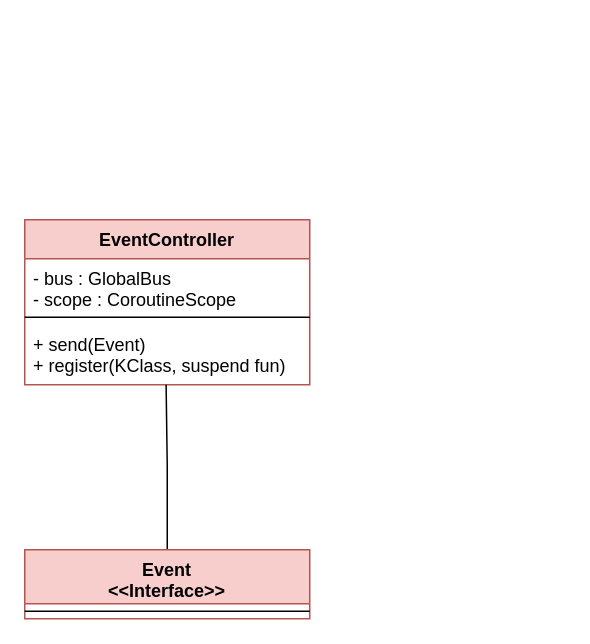
Earlier version of the draw.io diagram diagrams/Planung.drawio (emign/projektQ11_21). Source tidied: cells renumbered, new cells numbered last; positions are measured from the earlier drawing's top-left corner, leaving out a move shared by most shapes. Both pictures are drawn from the tidied source at 150%, with x=0, y=0 at pixel (24, 219).
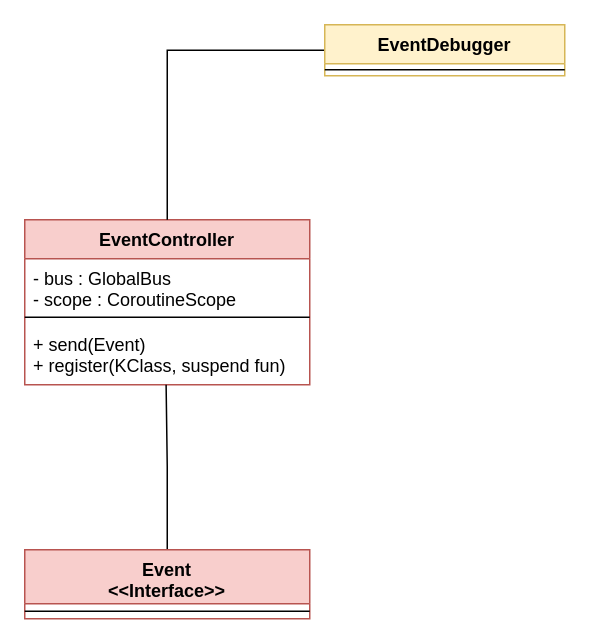
Above is the later version.

What changed in the source:
```diff
@@
 <mxGraphModel>
   <root>
     <mxCell id="0" />
     <mxCell id="1" parent="0" />
     <mxCell id="2" value="EventController" style="swimlane;fontStyle=1;align=center;verticalAlign=top;horizontal=1;startSize=26;fillColor=#f8cecc;strokeColor=#b85450;" parent="1" vertex="1">
       <mxGeometry width="190" height="110" as="geometry" />
     </mxCell>
     <mxCell id="3" value="- bus : GlobalBus&#10;- scope : CoroutineScope" style="text;strokeColor=none;fillColor=none;align=left;verticalAlign=top;spacingLeft=4;spacingRight=4;overflow=hidden;" parent="2" vertex="1">
       <mxGeometry y="26" width="190" height="34" as="geometry" />
     </mxCell>
     <mxCell id="4" style="line;strokeWidth=1;fillColor=none;align=left;verticalAlign=middle;spacingTop=-1;spacingLeft=3;spacingRight=3;labelPosition=right;" parent="2" vertex="1">
       <mxGeometry y="60" width="190" height="10" as="geometry" />
     </mxCell>
     <mxCell id="5" value="+ send(Event)&#10;+ register(KClass, suspend fun)" style="text;strokeColor=none;fillColor=none;align=left;verticalAlign=top;spacingLeft=4;spacingRight=4;overflow=hidden;points=[[0,0.5],[1,0.5]];portConstraint=eastwest;" parent="2" vertex="1">
       <mxGeometry y="70" width="190" height="40" as="geometry" />
     </mxCell>
     <mxCell id="6" style="edgeStyle=orthogonalEdgeStyle;rounded=0;jettySize=auto;html=1;exitX=0.5;exitY=0;exitDx=0;exitDy=0;entryX=0.496;entryY=1;entryDx=0;entryDy=0;entryPerimeter=0;endArrow=none;endFill=0;" parent="1" edge="1" source="7" target="5">
       <mxGeometry relative="1" as="geometry" />
     </mxCell>
     <mxCell id="7" value="Event&#10;&lt;&lt;Interface&gt;&gt;" style="swimlane;fontStyle=1;align=center;verticalAlign=top;horizontal=1;startSize=36;fillColor=#f8cecc;strokeColor=#b85450;" parent="1" vertex="1">
       <mxGeometry y="220" width="190" height="46" as="geometry" />
     </mxCell>
     <mxCell id="8" style="line;strokeWidth=1;fillColor=none;align=left;verticalAlign=middle;spacingTop=-1;spacingLeft=3;spacingRight=3;labelPosition=right;" parent="7" vertex="1">
       <mxGeometry y="36" width="190" height="10" as="geometry" />
     </mxCell>
+    <mxCell id="9" style="edgeStyle=orthogonalEdgeStyle;rounded=0;jettySize=auto;html=1;exitX=0;exitY=0.5;exitDx=0;exitDy=0;entryX=0.5;entryY=0;entryDx=0;entryDy=0;endArrow=none;endFill=0;" parent="1" edge="1" source="10" target="2">
+      <mxGeometry relative="1" as="geometry" />
+    </mxCell>
+    <mxCell id="10" value="EventDebugger" style="swimlane;fontStyle=1;align=center;verticalAlign=top;horizontal=1;startSize=26;fillColor=#fff2cc;strokeColor=#d6b656;" parent="1" vertex="1">
+      <mxGeometry x="200" y="-130" width="160" height="34" as="geometry" />
+    </mxCell>
+    <mxCell id="11" style="line;strokeWidth=1;fillColor=none;align=left;verticalAlign=middle;spacingTop=-1;spacingLeft=3;spacingRight=3;labelPosition=right;" parent="10" vertex="1">
+      <mxGeometry y="26" width="160" height="8" as="geometry" />
+    </mxCell>
   </root>
 </mxGraphModel>
```
